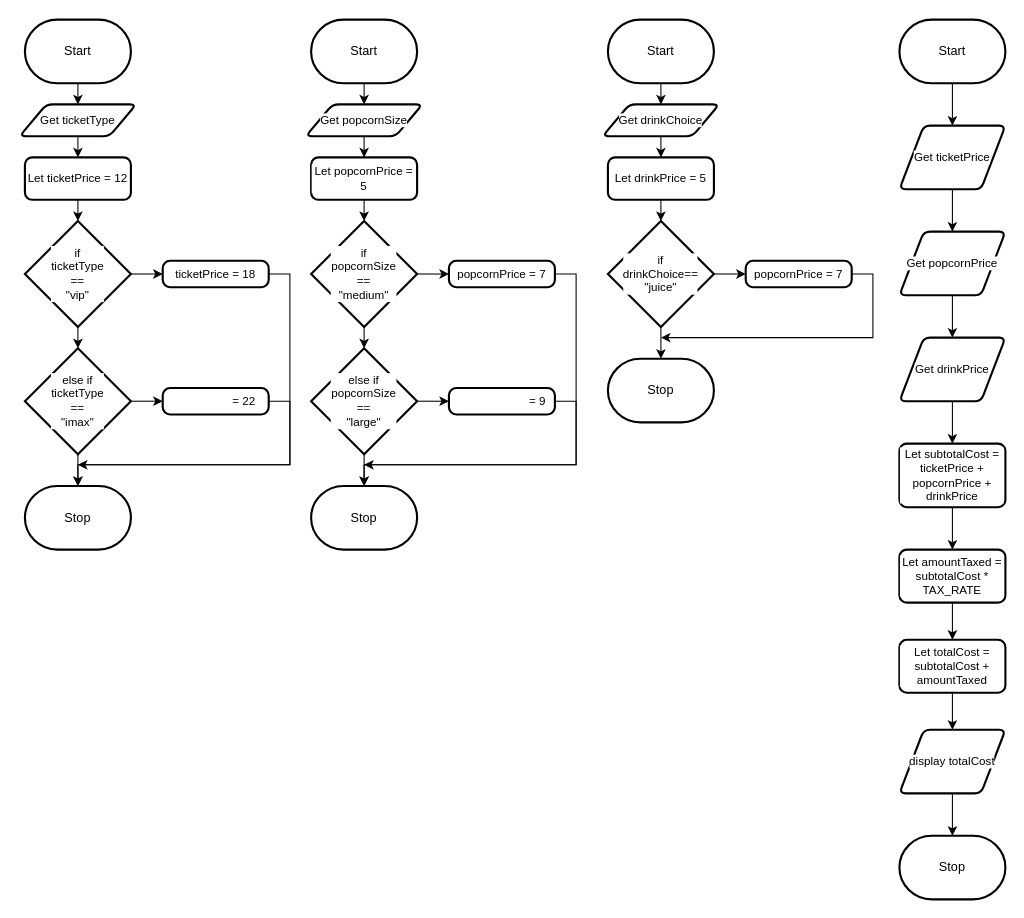
Before: design/flowchart.drawio in MTHS-ICD2O-1-2024/ICD2O-Assignment-04-peter-zerbinos, a draw.io diagram. Source tidied: cells renumbered, new cells numbered last; positions are measured from the earlier drawing's top-left corner, leaving out a move shared by most shapes. Both pictures are drawn from the tidied source at 106%, with x=0, y=0 at pixel (19, 19).
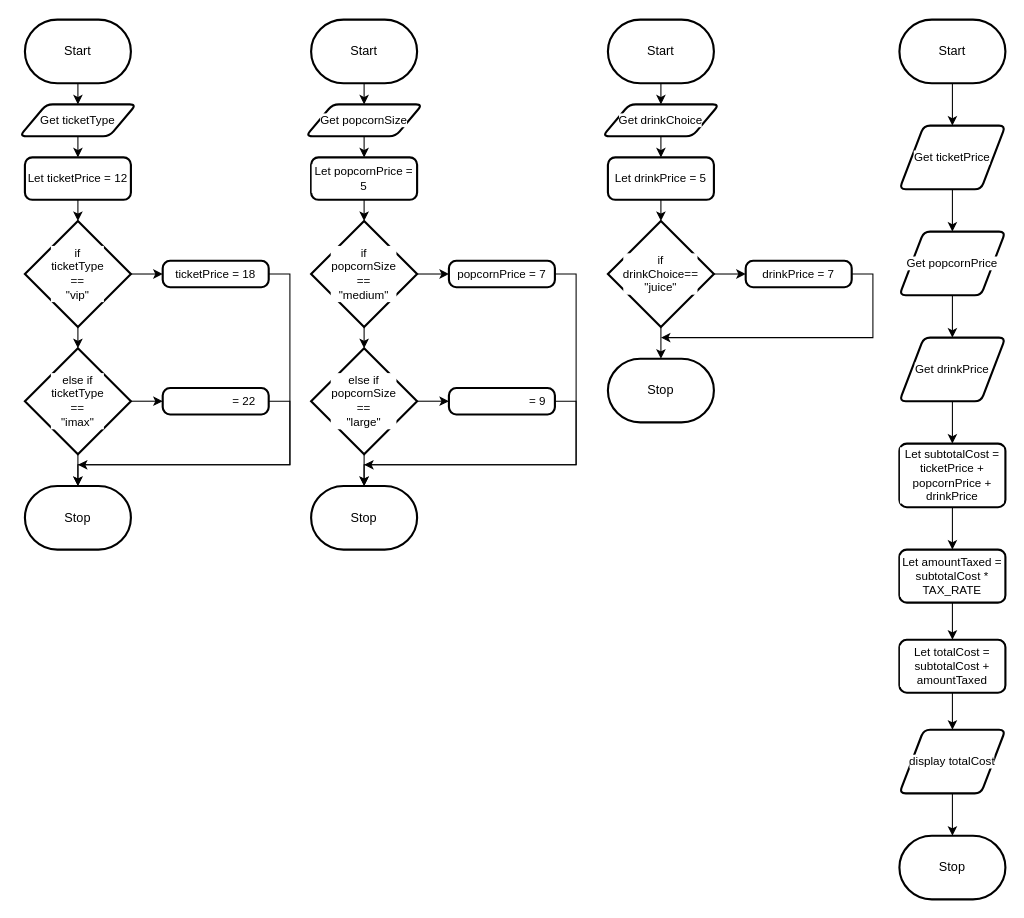
Above is the later version.

The edit, as a diff of the source:
```diff
@@
-    <mxCell id="43" value="popcornPrice&amp;nbsp;= 7" style="rounded=1;whiteSpace=wrap;html=1;absoluteArcSize=1;arcSize=14;strokeWidth=2;fontFamily=Helvetica;fontSize=11;fontColor=default;labelBackgroundColor=default;" parent="1" vertex="1">
+    <mxCell id="43" value="drinkPrice&amp;nbsp;= 7" style="rounded=1;whiteSpace=wrap;html=1;absoluteArcSize=1;arcSize=14;strokeWidth=2;fontFamily=Helvetica;fontSize=11;fontColor=default;labelBackgroundColor=default;" parent="1" vertex="1">
       <mxGeometry x="685" y="227.5" width="100" height="25" as="geometry" />
     </mxCell>
```
